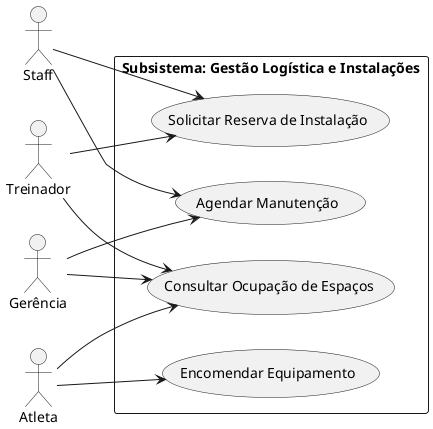
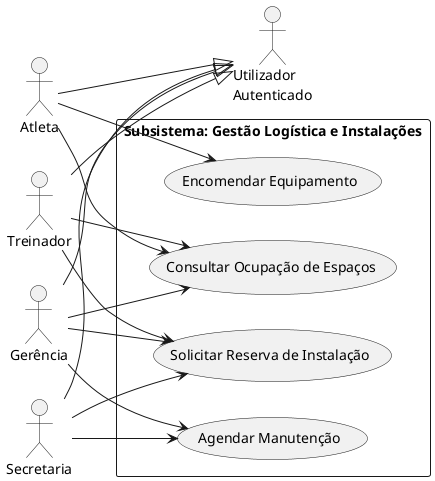
@startuml

left to right direction

+ actor "Utilizador\nAutenticado" as User
+ actor "Atleta" as Athlete
actor "Treinador" as Coach
+ actor "Secretaria" as Secretary
actor "Gerência" as Management
- actor "Atleta" as Athlete
- actor "Staff" as Staff
+ 
+ Athlete --|> User
+ Coach --|> User
+ Secretary --|> User
+ Management --|> User

rectangle "Subsistema: Gestão Logística e Instalações" {
    usecase "Consultar Ocupação de Espaços" as UC1
    usecase "Solicitar Reserva de Instalação" as UC2
    usecase "Agendar Manutenção" as UC4
    usecase "Encomendar Equipamento" as UC5
}

Coach --> UC1
Coach --> UC2

Management --> UC1
Management --> UC4
+ Management --> UC2
+ 
+ Secretary --> UC2
+ Secretary --> UC4

Athlete --> UC1
Athlete --> UC5

- Staff --> UC2
- Staff --> UC4
- 
@enduml
